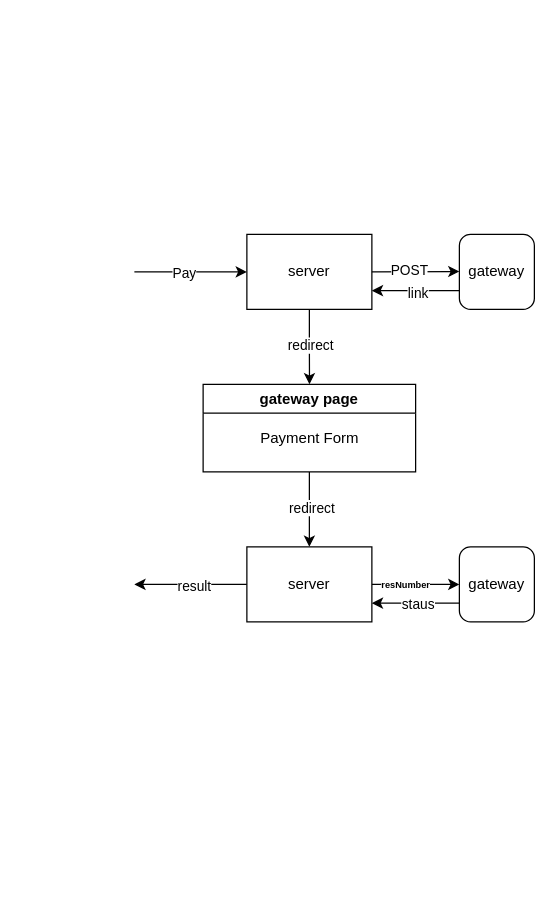
The draw.io diagram Untitled Diagram.drawio in MatinJiridity/Payment_Processor, before the edit. Source tidied: cells renumbered, new cells numbered last; positions are measured from the earlier drawing's top-left corner, leaving out a move shared by most shapes. Both pictures are drawn from the tidied source at 125%, with x=0, y=0 at pixel (134, 234).
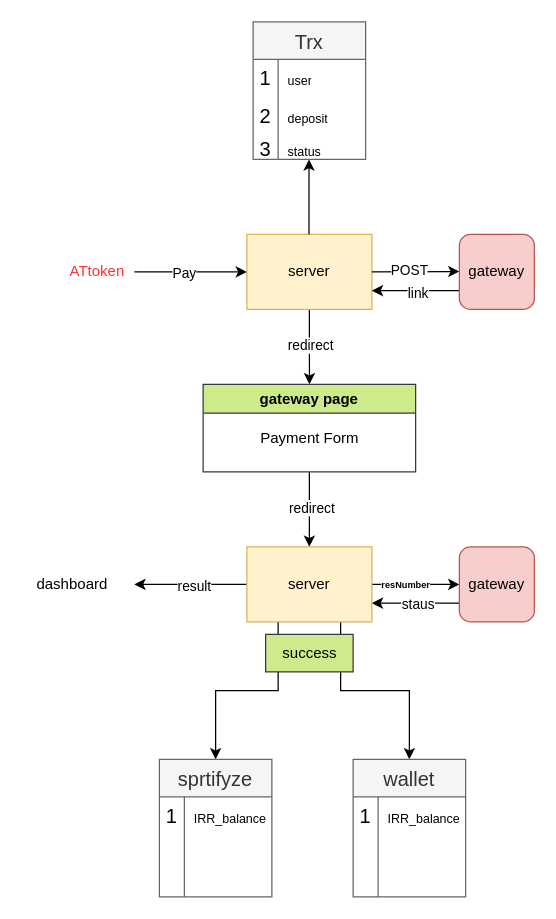
The same diagram, later.

Diff of the diagram source:
```diff
@@
-    <mxCell id="4" value="server" style="rounded=0;whiteSpace=wrap;html=1;" parent="1" vertex="1">
+    <mxCell id="4" value="server" style="rounded=0;whiteSpace=wrap;html=1;fillColor=#fff2cc;strokeColor=#d6b656;" parent="1" vertex="1">
       <mxGeometry x="90" width="100" height="60" as="geometry" />
     </mxCell>
@@
-    <mxCell id="11" value="gateway" style="rounded=1;whiteSpace=wrap;html=1;" parent="1" vertex="1">
+    <mxCell id="11" value="gateway" style="rounded=1;whiteSpace=wrap;html=1;fillColor=#f8cecc;strokeColor=#b85450;" parent="1" vertex="1">
       <mxGeometry x="260" width="60" height="60" as="geometry" />
     </mxCell>
@@
-    <mxCell id="14" value="gateway page" style="swimlane;whiteSpace=wrap;html=1;" parent="1" vertex="1">
+    <mxCell id="14" value="gateway page" style="swimlane;whiteSpace=wrap;html=1;fillColor=#cdeb8b;strokeColor=#36393d;" parent="1" vertex="1">
       <mxGeometry x="55" y="120" width="170" height="70" as="geometry" />
     </mxCell>
@@
+    <mxCell id="24" style="edgeStyle=orthogonalEdgeStyle;rounded=0;jettySize=auto;html=1;exitX=0.75;exitY=1;exitDx=0;exitDy=0;" parent="1" edge="1" source="22" target="37">
+      <mxGeometry relative="1" as="geometry" />
+    </mxCell>
+    <mxCell id="25" style="edgeStyle=orthogonalEdgeStyle;rounded=0;jettySize=auto;html=1;exitX=0.25;exitY=1;exitDx=0;exitDy=0;entryX=0.5;entryY=0;entryDx=0;entryDy=0;" parent="1" edge="1" source="22" target="26">
+      <mxGeometry relative="1" as="geometry" />
+    </mxCell>
-    <mxCell id="22" value="server" style="rounded=0;whiteSpace=wrap;html=1;" parent="1" vertex="1">
+    <mxCell id="22" value="server" style="rounded=0;whiteSpace=wrap;html=1;fillColor=#fff2cc;strokeColor=#d6b656;" parent="1" vertex="1">
       <mxGeometry x="90" y="250" width="100" height="60" as="geometry" />
     </mxCell>
-    <mxCell id="23" value="gateway" style="rounded=1;whiteSpace=wrap;html=1;" parent="1" vertex="1">
+    <mxCell id="23" value="gateway" style="rounded=1;whiteSpace=wrap;html=1;fillColor=#f8cecc;strokeColor=#b85450;" parent="1" vertex="1">
       <mxGeometry x="260" y="250" width="60" height="60" as="geometry" />
     </mxCell>
+    <mxCell id="26" value="sprtifyze" style="shape=table;startSize=30;childLayout=tableLayout;rowLines=0;fontStyle=0;strokeColor=#666666;fontSize=16;fillColor=#f5f5f5;fontColor=#333333;" parent="1" vertex="1">
+      <mxGeometry x="20" y="420" width="90" height="110" as="geometry" />
+    </mxCell>
+    <mxCell id="27" style="shape=tableRow;horizontal=0;startSize=0;swimlaneHead=0;swimlaneBody=0;top=0;left=0;bottom=0;right=0;fillColor=none;strokeColor=inherit;fontSize=16;" parent="26" vertex="1">
+      <mxGeometry y="30" width="90" height="30" as="geometry" />
+    </mxCell>
+    <mxCell id="28" value="1" style="shape=partialRectangle;html=1;whiteSpace=wrap;fillColor=none;top=0;left=0;bottom=0;right=0;overflow=hidden;strokeColor=inherit;fontSize=16;" parent="27" vertex="1">
+      <mxGeometry width="20" height="30" as="geometry" />
+    </mxCell>
+    <mxCell id="29" value="&lt;font style=&quot;font-size: 10px;&quot;&gt;IRR_balance&lt;/font&gt;" style="shape=partialRectangle;html=1;whiteSpace=wrap;fillColor=none;top=0;left=0;bottom=0;right=0;align=left;spacingLeft=6;overflow=hidden;strokeColor=inherit;fontSize=16;" parent="27" vertex="1">
+      <mxGeometry x="20" width="70" height="30" as="geometry" />
+    </mxCell>
+    <mxCell id="30" style="shape=tableRow;horizontal=0;startSize=0;swimlaneHead=0;swimlaneBody=0;top=0;left=0;bottom=0;right=0;fillColor=none;strokeColor=inherit;fontSize=16;" parent="26" vertex="1">
+      <mxGeometry y="60" width="90" height="30" as="geometry" />
+    </mxCell>
+    <mxCell id="31" style="shape=partialRectangle;html=1;whiteSpace=wrap;fillColor=none;top=0;left=0;bottom=0;right=0;overflow=hidden;strokeColor=inherit;fontSize=16;" parent="30" vertex="1">
+      <mxGeometry width="20" height="30" as="geometry" />
+    </mxCell>
+    <mxCell id="32" style="shape=partialRectangle;html=1;whiteSpace=wrap;fillColor=none;top=0;left=0;bottom=0;right=0;align=left;spacingLeft=6;overflow=hidden;strokeColor=inherit;fontSize=16;" parent="30" vertex="1">
+      <mxGeometry x="20" width="70" height="30" as="geometry" />
+    </mxCell>
+    <mxCell id="33" style="shape=tableRow;horizontal=0;startSize=0;swimlaneHead=0;swimlaneBody=0;top=0;left=0;bottom=0;right=0;fillColor=none;strokeColor=inherit;fontSize=16;" parent="26" vertex="1">
+      <mxGeometry y="90" width="90" height="20" as="geometry" />
+    </mxCell>
+    <mxCell id="34" style="shape=partialRectangle;html=1;whiteSpace=wrap;fillColor=none;top=0;left=0;bottom=0;right=0;overflow=hidden;strokeColor=inherit;fontSize=16;" parent="33" vertex="1">
+      <mxGeometry width="20" height="20" as="geometry" />
+    </mxCell>
+    <mxCell id="35" style="shape=partialRectangle;html=1;whiteSpace=wrap;fillColor=none;top=0;left=0;bottom=0;right=0;align=left;spacingLeft=6;overflow=hidden;strokeColor=inherit;fontSize=16;" parent="33" vertex="1">
+      <mxGeometry x="20" width="70" height="20" as="geometry" />
+    </mxCell>
+    <mxCell id="36" style="endArrow=classic;html=1;rounded=0;" parent="1" edge="1">
+      <mxGeometry relative="1" as="geometry">
+        <mxPoint x="139.7" as="sourcePoint" />
+        <mxPoint x="139.7" y="-60" as="targetPoint" />
+      </mxGeometry>
+    </mxCell>
+    <mxCell id="37" value="wallet" style="shape=table;startSize=30;childLayout=tableLayout;rowLines=0;fontStyle=0;strokeColor=#666666;fontSize=16;fillColor=#f5f5f5;fontColor=#333333;" parent="1" vertex="1">
+      <mxGeometry x="175" y="420" width="90" height="110" as="geometry" />
+    </mxCell>
+    <mxCell id="38" style="shape=tableRow;horizontal=0;startSize=0;swimlaneHead=0;swimlaneBody=0;top=0;left=0;bottom=0;right=0;fillColor=none;strokeColor=inherit;fontSize=16;" parent="37" vertex="1">
+      <mxGeometry y="30" width="90" height="30" as="geometry" />
+    </mxCell>
+    <mxCell id="39" value="1" style="shape=partialRectangle;html=1;whiteSpace=wrap;fillColor=none;top=0;left=0;bottom=0;right=0;overflow=hidden;strokeColor=inherit;fontSize=16;" parent="38" vertex="1">
+      <mxGeometry width="20" height="30" as="geometry" />
+    </mxCell>
+    <mxCell id="40" value="&lt;font style=&quot;font-size: 10px;&quot;&gt;IRR_balance&lt;/font&gt;" style="shape=partialRectangle;html=1;whiteSpace=wrap;fillColor=none;top=0;left=0;bottom=0;right=0;align=left;spacingLeft=6;overflow=hidden;strokeColor=inherit;fontSize=16;" parent="38" vertex="1">
+      <mxGeometry x="20" width="70" height="30" as="geometry" />
+    </mxCell>
+    <mxCell id="41" style="shape=tableRow;horizontal=0;startSize=0;swimlaneHead=0;swimlaneBody=0;top=0;left=0;bottom=0;right=0;fillColor=none;strokeColor=inherit;fontSize=16;" parent="37" vertex="1">
+      <mxGeometry y="60" width="90" height="30" as="geometry" />
+    </mxCell>
+    <mxCell id="42" style="shape=partialRectangle;html=1;whiteSpace=wrap;fillColor=none;top=0;left=0;bottom=0;right=0;overflow=hidden;strokeColor=inherit;fontSize=16;" parent="41" vertex="1">
+      <mxGeometry width="20" height="30" as="geometry" />
+    </mxCell>
+    <mxCell id="43" style="shape=partialRectangle;html=1;whiteSpace=wrap;fillColor=none;top=0;left=0;bottom=0;right=0;align=left;spacingLeft=6;overflow=hidden;strokeColor=inherit;fontSize=16;" parent="41" vertex="1">
+      <mxGeometry x="20" width="70" height="30" as="geometry" />
+    </mxCell>
+    <mxCell id="44" style="shape=tableRow;horizontal=0;startSize=0;swimlaneHead=0;swimlaneBody=0;top=0;left=0;bottom=0;right=0;fillColor=none;strokeColor=inherit;fontSize=16;" parent="37" vertex="1">
+      <mxGeometry y="90" width="90" height="20" as="geometry" />
+    </mxCell>
+    <mxCell id="45" style="shape=partialRectangle;html=1;whiteSpace=wrap;fillColor=none;top=0;left=0;bottom=0;right=0;overflow=hidden;strokeColor=inherit;fontSize=16;" parent="44" vertex="1">
+      <mxGeometry width="20" height="20" as="geometry" />
+    </mxCell>
+    <mxCell id="46" style="shape=partialRectangle;html=1;whiteSpace=wrap;fillColor=none;top=0;left=0;bottom=0;right=0;align=left;spacingLeft=6;overflow=hidden;strokeColor=inherit;fontSize=16;" parent="44" vertex="1">
+      <mxGeometry x="20" width="70" height="20" as="geometry" />
+    </mxCell>
+    <mxCell id="47" value="Trx" style="shape=table;startSize=30;childLayout=tableLayout;rowLines=0;fontStyle=0;strokeColor=#666666;fontSize=16;fillColor=#f5f5f5;fontColor=#333333;" parent="1" vertex="1">
+      <mxGeometry x="95" y="-170" width="90" height="110" as="geometry" />
+    </mxCell>
+    <mxCell id="48" style="shape=tableRow;horizontal=0;startSize=0;swimlaneHead=0;swimlaneBody=0;top=0;left=0;bottom=0;right=0;fillColor=none;strokeColor=inherit;fontSize=16;" parent="47" vertex="1">
+      <mxGeometry y="30" width="90" height="30" as="geometry" />
+    </mxCell>
+    <mxCell id="49" value="1" style="shape=partialRectangle;html=1;whiteSpace=wrap;fillColor=none;top=0;left=0;bottom=0;right=0;overflow=hidden;strokeColor=inherit;fontSize=16;" parent="48" vertex="1">
+      <mxGeometry width="20" height="30" as="geometry" />
+    </mxCell>
+    <mxCell id="50" value="&lt;font style=&quot;font-size: 10px;&quot;&gt;user&lt;/font&gt;" style="shape=partialRectangle;html=1;whiteSpace=wrap;fillColor=none;top=0;left=0;bottom=0;right=0;align=left;spacingLeft=6;overflow=hidden;strokeColor=inherit;fontSize=16;" parent="48" vertex="1">
+      <mxGeometry x="20" width="70" height="30" as="geometry" />
+    </mxCell>
+    <mxCell id="51" style="shape=tableRow;horizontal=0;startSize=0;swimlaneHead=0;swimlaneBody=0;top=0;left=0;bottom=0;right=0;fillColor=none;strokeColor=inherit;fontSize=16;" parent="47" vertex="1">
+      <mxGeometry y="60" width="90" height="30" as="geometry" />
+    </mxCell>
+    <mxCell id="52" value="2" style="shape=partialRectangle;html=1;whiteSpace=wrap;fillColor=none;top=0;left=0;bottom=0;right=0;overflow=hidden;strokeColor=inherit;fontSize=16;" parent="51" vertex="1">
+      <mxGeometry width="20" height="30" as="geometry" />
+    </mxCell>
+    <mxCell id="53" value="&lt;font style=&quot;font-size: 10px;&quot;&gt;depo&lt;font style=&quot;&quot;&gt;sit&lt;/font&gt;&lt;/font&gt;" style="shape=partialRectangle;html=1;whiteSpace=wrap;fillColor=none;top=0;left=0;bottom=0;right=0;align=left;spacingLeft=6;overflow=hidden;strokeColor=inherit;fontSize=16;" parent="51" vertex="1">
+      <mxGeometry x="20" width="70" height="30" as="geometry" />
+    </mxCell>
+    <mxCell id="54" style="shape=tableRow;horizontal=0;startSize=0;swimlaneHead=0;swimlaneBody=0;top=0;left=0;bottom=0;right=0;fillColor=none;strokeColor=inherit;fontSize=16;" parent="47" vertex="1">
+      <mxGeometry y="90" width="90" height="20" as="geometry" />
+    </mxCell>
+    <mxCell id="55" value="3" style="shape=partialRectangle;html=1;whiteSpace=wrap;fillColor=none;top=0;left=0;bottom=0;right=0;overflow=hidden;strokeColor=inherit;fontSize=16;" parent="54" vertex="1">
+      <mxGeometry width="20" height="20" as="geometry" />
+    </mxCell>
+    <mxCell id="56" value="&lt;font style=&quot;font-size: 10px;&quot;&gt;status&lt;/font&gt;" style="shape=partialRectangle;html=1;whiteSpace=wrap;fillColor=none;top=0;left=0;bottom=0;right=0;align=left;spacingLeft=6;overflow=hidden;strokeColor=inherit;fontSize=16;" parent="54" vertex="1">
+      <mxGeometry x="20" width="70" height="20" as="geometry" />
+    </mxCell>
+    <mxCell id="57" value="success" style="text;html=1;align=center;verticalAlign=middle;strokeColor=#36393d;fillColor=#cdeb8b;" parent="1" vertex="1">
+      <mxGeometry x="105" y="320" width="70" height="30" as="geometry" />
+    </mxCell>
+    <mxCell id="58" value="&lt;font color=&quot;#ff3333&quot;&gt;ATtoken&lt;/font&gt;" style="text;html=1;align=center;verticalAlign=middle;strokeColor=none;fillColor=none;" parent="1" vertex="1">
+      <mxGeometry x="-65" y="15" width="70" height="30" as="geometry" />
+    </mxCell>
+    <mxCell id="59" value="dashboard&lt;br&gt;" style="text;html=1;align=center;verticalAlign=middle;strokeColor=none;fillColor=none;" parent="1" vertex="1">
+      <mxGeometry x="-90" y="265" width="80" height="30" as="geometry" />
+    </mxCell>
```
